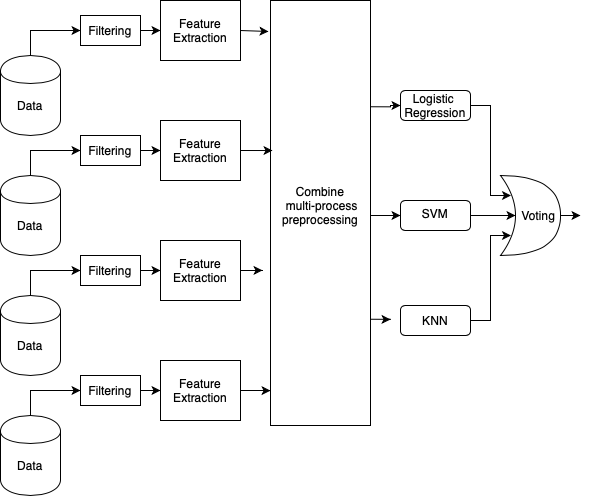
Above: tex/figures/model.png in Yiltan/Multi-Process-Ensemble-Methods (draw.io), before the change. Source tidied: cells renumbered, new cells last; positions are measured from the earlier drawing's top-left corner, leaving out a move shared by most shapes.
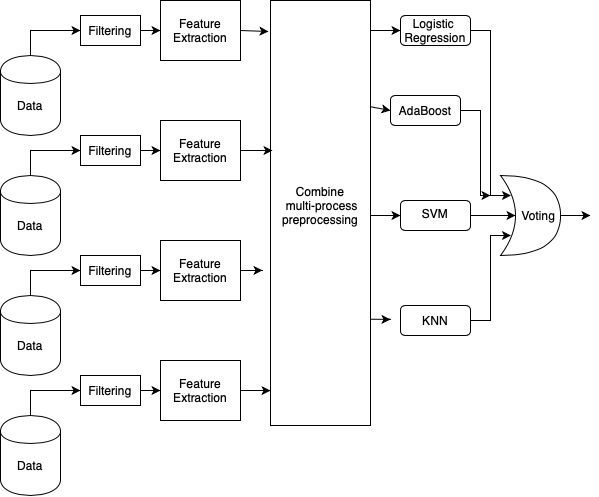
Above is the later version.

The edit, as a diff of the source:
```diff
@@ -100,7 +100,11 @@
       </mxGeometry>
     </mxCell>
     <mxCell id="33" style="edgeStyle=orthogonalEdgeStyle;rounded=0;jettySize=auto;html=1;exitX=1;exitY=0.25;exitDx=0;exitDy=0;" parent="1" edge="1" source="35" target="43">
-      <mxGeometry relative="1" as="geometry" />
+      <mxGeometry relative="1" as="geometry">
+        <Array as="points">
+          <mxPoint x="370" y="30" />
+        </Array>
+      </mxGeometry>
     </mxCell>
     <mxCell id="34" style="edgeStyle=orthogonalEdgeStyle;rounded=0;jettySize=auto;html=1;exitX=1;exitY=0.75;exitDx=0;exitDy=0;" parent="1" edge="1" source="35">
       <mxGeometry relative="1" as="geometry">
@@ -134,7 +138,7 @@
       <mxGeometry x="10" y="455" width="40" height="20" as="geometry" />
     </mxCell>
     <mxCell id="43" style="rounded=1;whiteSpace=wrap;html=1;" parent="1" vertex="1">
-      <mxGeometry x="400" y="90" width="70" height="30" as="geometry" />
+      <mxGeometry x="400" y="15" width="70" height="30" as="geometry" />
     </mxCell>
     <mxCell id="44" style="edgeStyle=orthogonalEdgeStyle;rounded=0;jettySize=auto;html=1;exitX=1;exitY=0.5;exitDx=0;exitDy=0;entryX=0.25;entryY=0.5;entryDx=0;entryDy=0;entryPerimeter=0;" parent="1" edge="1" source="45" target="52">
       <mxGeometry relative="1" as="geometry">
@@ -160,20 +164,20 @@
     <mxCell id="48" style="edgeStyle=orthogonalEdgeStyle;rounded=0;jettySize=auto;html=1;exitX=1;exitY=0.5;exitDx=0;exitDy=0;entryX=0.175;entryY=0.25;entryDx=0;entryDy=0;entryPerimeter=0;" parent="1" edge="1" source="49" target="52">
       <mxGeometry relative="1" as="geometry">
         <Array as="points">
-          <mxPoint x="490" y="105" />
+          <mxPoint x="490" y="30" />
           <mxPoint x="490" y="195" />
         </Array>
       </mxGeometry>
     </mxCell>
     <mxCell id="49" value="Logistic &lt;br&gt;Regression" style="text;html=1;strokeColor=none;fillColor=none;align=center;verticalAlign=middle;whiteSpace=wrap;rounded=0;" parent="1" vertex="1">
-      <mxGeometry x="400" y="80" width="70" height="50" as="geometry" />
+      <mxGeometry x="400" y="5" width="70" height="50" as="geometry" />
     </mxCell>
     <mxCell id="50" value="SVM" style="text;html=1;strokeColor=none;fillColor=none;align=center;verticalAlign=middle;whiteSpace=wrap;rounded=0;" parent="1" vertex="1">
       <mxGeometry x="415" y="202.5" width="40" height="20" as="geometry" />
     </mxCell>
     <mxCell id="51" style="edgeStyle=orthogonalEdgeStyle;rounded=0;jettySize=auto;html=1;exitX=1;exitY=0.5;exitDx=0;exitDy=0;exitPerimeter=0;" parent="1" edge="1" source="52">
       <mxGeometry relative="1" as="geometry">
-        <mxPoint x="580" y="215" as="targetPoint" />
+        <mxPoint x="590" y="215" as="targetPoint" />
       </mxGeometry>
     </mxCell>
     <mxCell id="52" style="shape=xor;whiteSpace=wrap;html=1;" parent="1" vertex="1">
@@ -182,5 +186,23 @@
     <mxCell id="53" value="Voting&amp;nbsp;" style="text;html=1;strokeColor=none;fillColor=none;align=center;verticalAlign=middle;whiteSpace=wrap;rounded=0;" parent="1" vertex="1">
       <mxGeometry x="520" y="205" width="40" height="20" as="geometry" />
     </mxCell>
+    <mxCell id="54" style="edgeStyle=orthogonalEdgeStyle;rounded=0;jettySize=auto;html=1;exitX=1;exitY=0.5;exitDx=0;exitDy=0;" parent="1" edge="1" source="55">
+      <mxGeometry relative="1" as="geometry">
+        <mxPoint x="490" y="195" as="targetPoint" />
+        <Array as="points">
+          <mxPoint x="480" y="110" />
+          <mxPoint x="480" y="195" />
+        </Array>
+      </mxGeometry>
+    </mxCell>
+    <mxCell id="55" style="rounded=1;whiteSpace=wrap;html=1;" parent="1" vertex="1">
+      <mxGeometry x="390" y="95" width="70" height="30" as="geometry" />
+    </mxCell>
+    <mxCell id="56" style="endArrow=classic;html=1;entryX=0;entryY=0.5;entryDx=0;entryDy=0;exitX=1;exitY=0.25;exitDx=0;exitDy=0;" parent="1" edge="1" source="35" target="55">
+      <mxGeometry relative="1" as="geometry" />
+    </mxCell>
+    <mxCell id="57" value="AdaBoost" style="text;html=1;strokeColor=none;fillColor=none;align=center;verticalAlign=middle;whiteSpace=wrap;rounded=0;" parent="1" vertex="1">
+      <mxGeometry x="405" y="100" width="40" height="20" as="geometry" />
+    </mxCell>
   </root>
 </mxGraphModel>
```
